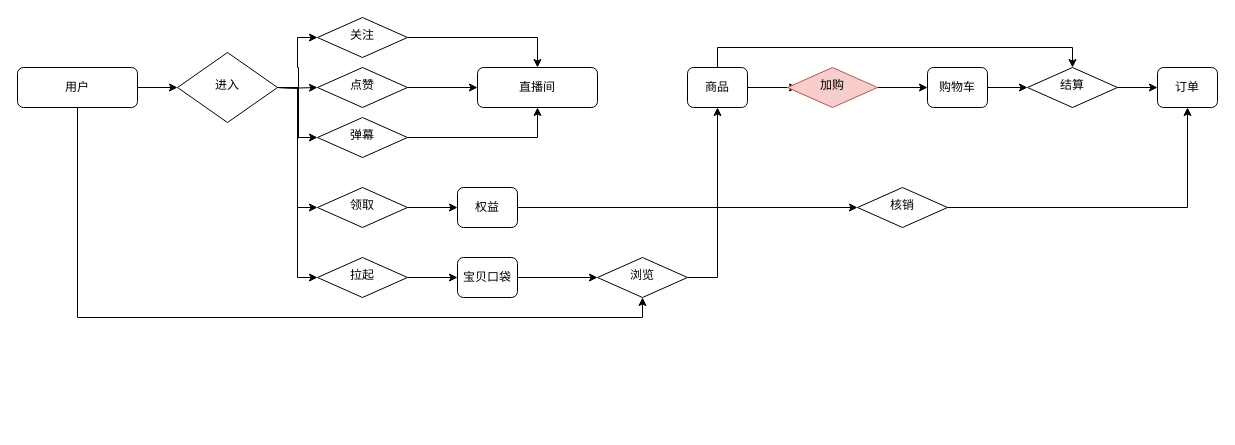
Earlier version of the draw.io diagram page "重要业务流程梳理-草稿" (3 of 3) of Untitled Diagram.drawio (BreakawayChu/breakawaychu.github.com). Source tidied: cells renumbered, new cells numbered last; positions are measured from the earlier drawing's top-left corner, leaving out a move shared by most shapes. Both pictures are drawn from the tidied source at 100%, with x=0, y=0 at pixel (17, 17).
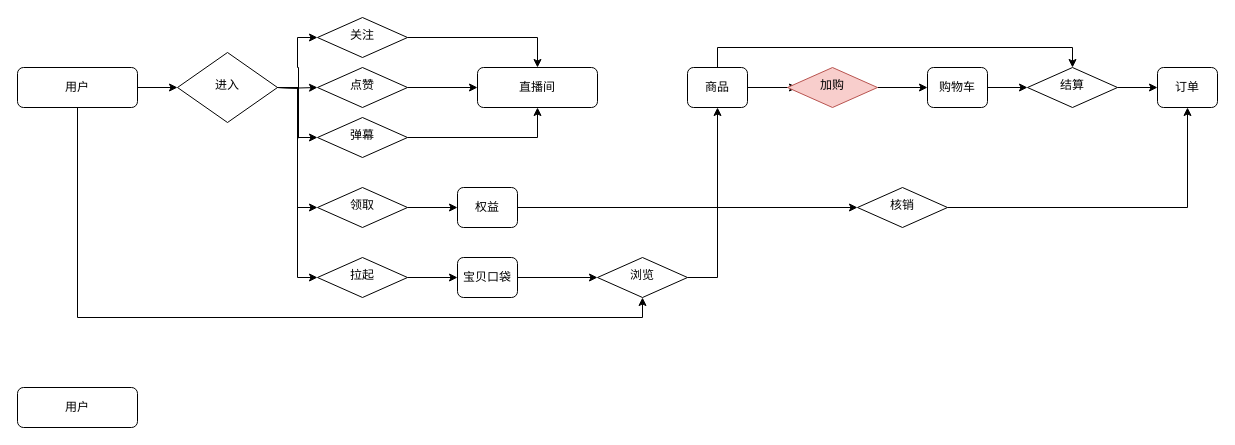
Above is the later version.

What changed in the source:
```diff
@@
+    <mxCell id="40" value="用户" style="rounded=1;whiteSpace=wrap;html=1;fontSize=12;glass=0;strokeWidth=1;shadow=0;" parent="1" vertex="1">
+      <mxGeometry y="370" width="120" height="40" as="geometry" />
+    </mxCell>
```
